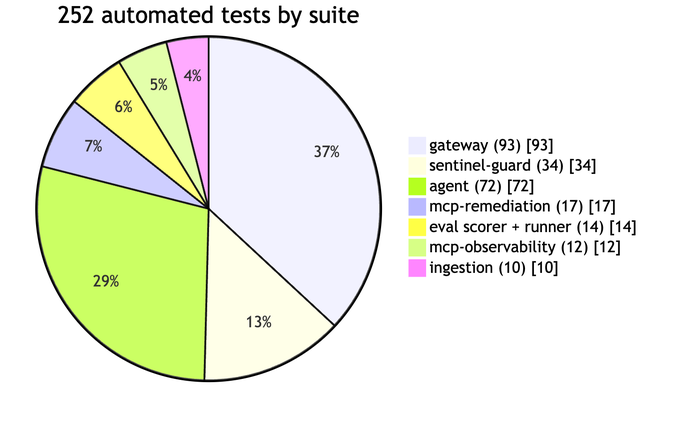
Above: docs/handbook/images/14-chart-tests-by-suite.png in abdulmdev/sentinel-incident-copilot (Mermaid), before the change. Its source is kept beside it as docs/handbook/diagrams/14-chart-tests-by-suite.mmd.
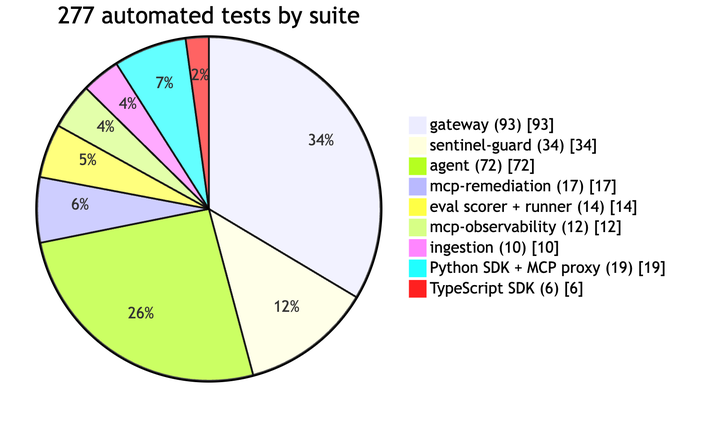
After the change.

Diff of the diagram source:
```diff
@@ -1,5 +1,5 @@
 pie showData
-  title 252 automated tests by suite
+  title 277 automated tests by suite
   "gateway (93)" : 93
   "sentinel-guard (34)" : 34
   "agent (72)" : 72
@@ -7,3 +7,5 @@
   "eval scorer + runner (14)" : 14
   "mcp-observability (12)" : 12
   "ingestion (10)" : 10
+  "Python SDK + MCP proxy (19)" : 19
+  "TypeScript SDK (6)" : 6
```
